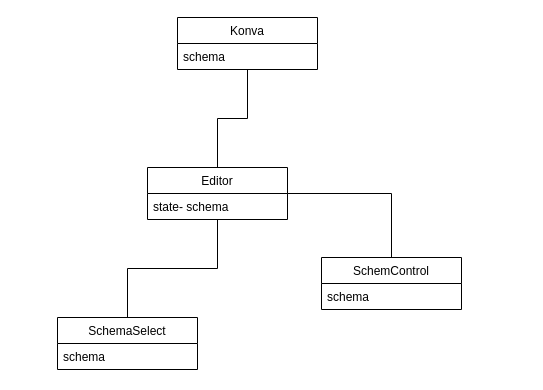
The draw.io diagram page "Страница 3" (3 of 4) of dizdocs/schema_iter2.drawio in samarsky-canary/dragon, before the edit. Source tidied: cells renumbered, new cells numbered last; positions are measured from the earlier drawing's top-left corner, leaving out a move shared by most shapes. Both pictures are drawn from the tidied source at 100%, with x=0, y=0 at pixel (57, 17).
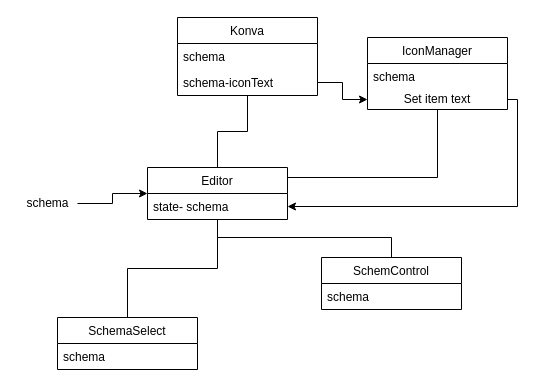
The same page after the edit.

The change refers to these unchanged cells:
```xml
<mxCell id="5" value="Editor" style="swimlane;fontStyle=0;horizontal=1;startSize=26;fillColor=none;" parent="1" vertex="1">
  <mxGeometry x="90" y="150" width="140" height="52" as="geometry" />
</mxCell>
<mxCell id="6" value="state- schema" style="text;strokeColor=none;fillColor=none;align=left;verticalAlign=top;spacingLeft=4;spacingRight=4;overflow=hidden;points=[[0,0.5],[1,0.5]];portConstraint=eastwest;" parent="5" vertex="1">
  <mxGeometry y="26" width="140" height="26" as="geometry" />
</mxCell>
<mxCell id="9" value="SchemControl" style="swimlane;fontStyle=0;horizontal=1;startSize=26;fillColor=none;" parent="1" vertex="1">
  <mxGeometry x="264" y="240" width="140" height="52" as="geometry" />
</mxCell>
```

Diff of the diagram source:
```diff
@@
     <mxCell id="3" style="edgeStyle=orthogonalEdgeStyle;rounded=0;jettySize=auto;html=1;endArrow=none;endFill=0;" parent="1" edge="1" source="5" target="9">
-      <mxGeometry relative="1" as="geometry" />
+      <mxGeometry relative="1" as="geometry">
+        <Array as="points">
+          <mxPoint x="160" y="220" />
+          <mxPoint x="334" y="220" />
+        </Array>
+      </mxGeometry>
     </mxCell>
@@
+    <mxCell id="13" style="edgeStyle=orthogonalEdgeStyle;rounded=0;jettySize=auto;html=1;endArrow=none;endFill=0;" parent="1" edge="1" source="5" target="15">
+      <mxGeometry relative="1" as="geometry">
+        <Array as="points">
+          <mxPoint x="380" y="160" />
+        </Array>
+      </mxGeometry>
+    </mxCell>
@@
     <mxCell id="7" value="Konva" style="swimlane;fontStyle=0;horizontal=1;startSize=26;fillColor=none;" parent="1" vertex="1">
-      <mxGeometry x="120" width="140" height="52" as="geometry" />
+      <mxGeometry x="120" width="140" height="78" as="geometry" />
     </mxCell>
@@
+    <mxCell id="14" value="schema-iconText" style="text;strokeColor=none;fillColor=none;align=left;verticalAlign=top;spacingLeft=4;spacingRight=4;overflow=hidden;points=[[0,0.5],[1,0.5]];portConstraint=eastwest;" parent="7" vertex="1">
+      <mxGeometry y="52" width="140" height="26" as="geometry" />
+    </mxCell>
@@
+    <mxCell id="15" value="IconManager" style="swimlane;fontStyle=0;horizontal=1;startSize=26;fillColor=none;" parent="1" vertex="1">
+      <mxGeometry x="310" y="20" width="140" height="72" as="geometry" />
+    </mxCell>
+    <mxCell id="16" value="schema" style="text;strokeColor=none;fillColor=none;align=left;verticalAlign=top;spacingLeft=4;spacingRight=4;overflow=hidden;" parent="15" vertex="1">
+      <mxGeometry y="26" width="140" height="26" as="geometry" />
+    </mxCell>
+    <mxCell id="17" value="Set item text" style="text;html=1;strokeColor=none;fillColor=none;align=center;verticalAlign=middle;whiteSpace=wrap;rounded=0;" parent="15" vertex="1">
+      <mxGeometry y="52" width="140" height="20" as="geometry" />
+    </mxCell>
+    <mxCell id="18" style="edgeStyle=orthogonalEdgeStyle;rounded=0;jettySize=auto;html=1;" parent="1" edge="1" source="19" target="5">
+      <mxGeometry relative="1" as="geometry" />
+    </mxCell>
+    <mxCell id="19" value="schema" style="text;html=1;align=center;verticalAlign=middle;points=[];strokeColor=none;" parent="1" vertex="1">
+      <mxGeometry x="-40" y="176" width="60" height="20" as="geometry" />
+    </mxCell>
+    <mxCell id="20" style="edgeStyle=orthogonalEdgeStyle;rounded=0;jettySize=auto;html=1;" parent="1" edge="1" source="14" target="17">
+      <mxGeometry relative="1" as="geometry" />
+    </mxCell>
+    <mxCell id="21" style="edgeStyle=orthogonalEdgeStyle;rounded=0;jettySize=auto;html=1;" parent="1" edge="1" source="17" target="6">
+      <mxGeometry relative="1" as="geometry">
+        <Array as="points">
+          <mxPoint x="460" y="82" />
+          <mxPoint x="460" y="189" />
+        </Array>
+      </mxGeometry>
+    </mxCell>
```
